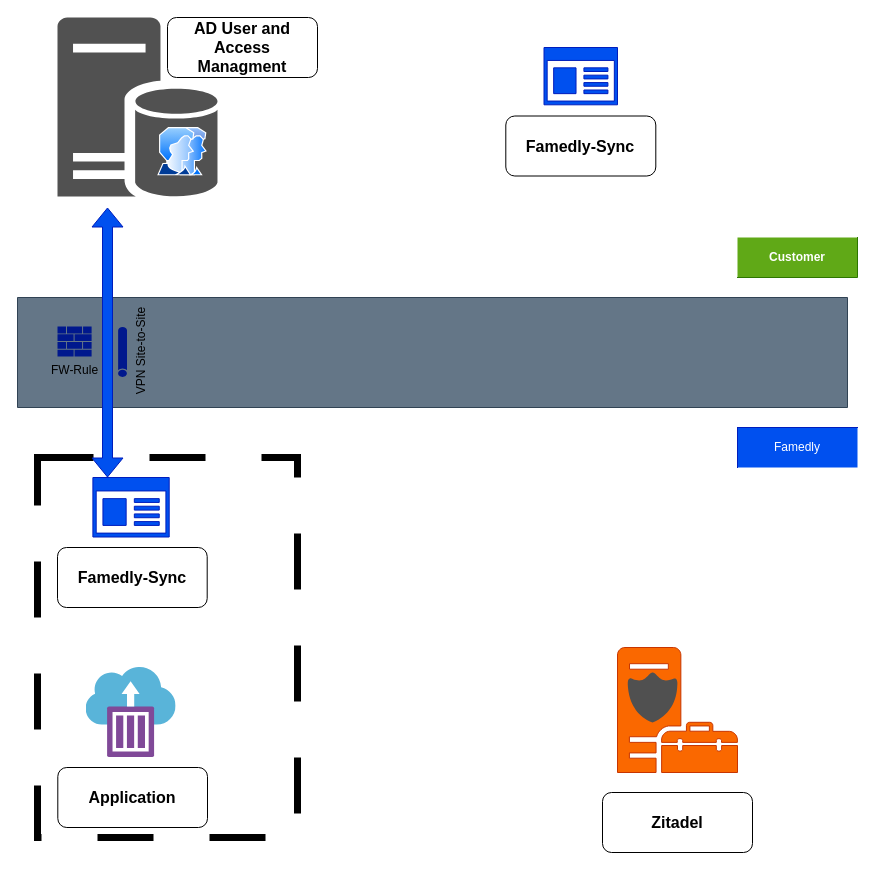
This is Famedly_diagram.drawio from DimitrijaGj/coursera, a draw.io file, before an edit. Source tidied: cells renumbered, new cells numbered last; positions are measured from the earlier drawing's top-left corner, leaving out a move shared by most shapes. Both pictures are drawn from the tidied source at 100%, with x=0, y=0 at pixel (17, 17).
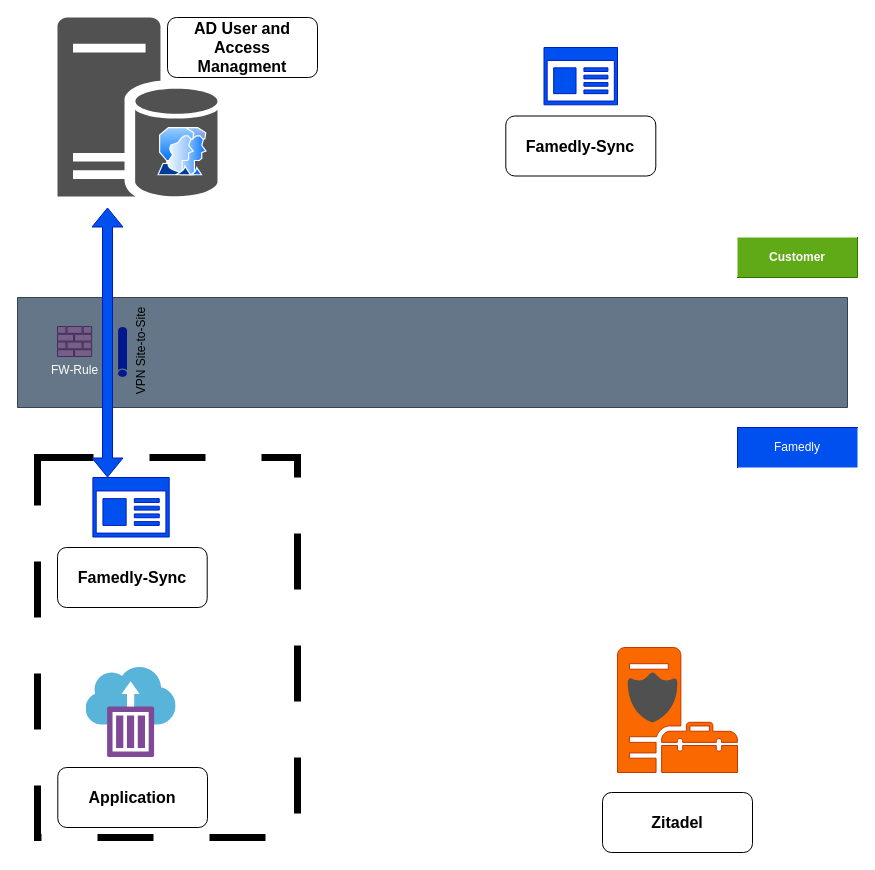
The same diagram, later.

Diff of the diagram source:
```diff
@@
-    <mxCell id="19" value="FW-Rule" style="sketch=0;shadow=0;dashed=0;html=1;strokeColor=none;labelPosition=center;verticalLabelPosition=bottom;verticalAlign=top;align=center;fillColor=#00188D;shape=mxgraph.mscae.enterprise.firewall;" parent="1" vertex="1">
+    <mxCell id="19" value="FW-Rule" style="sketch=0;shadow=0;dashed=0;html=1;labelPosition=center;verticalLabelPosition=bottom;verticalAlign=top;align=center;shape=mxgraph.mscae.enterprise.firewall;fillColor=#76608a;fontColor=#ffffff;strokeColor=#432D57;" parent="1" vertex="1">
       <mxGeometry x="40" y="309" width="34.1" height="30" as="geometry" />
     </mxCell>
```
